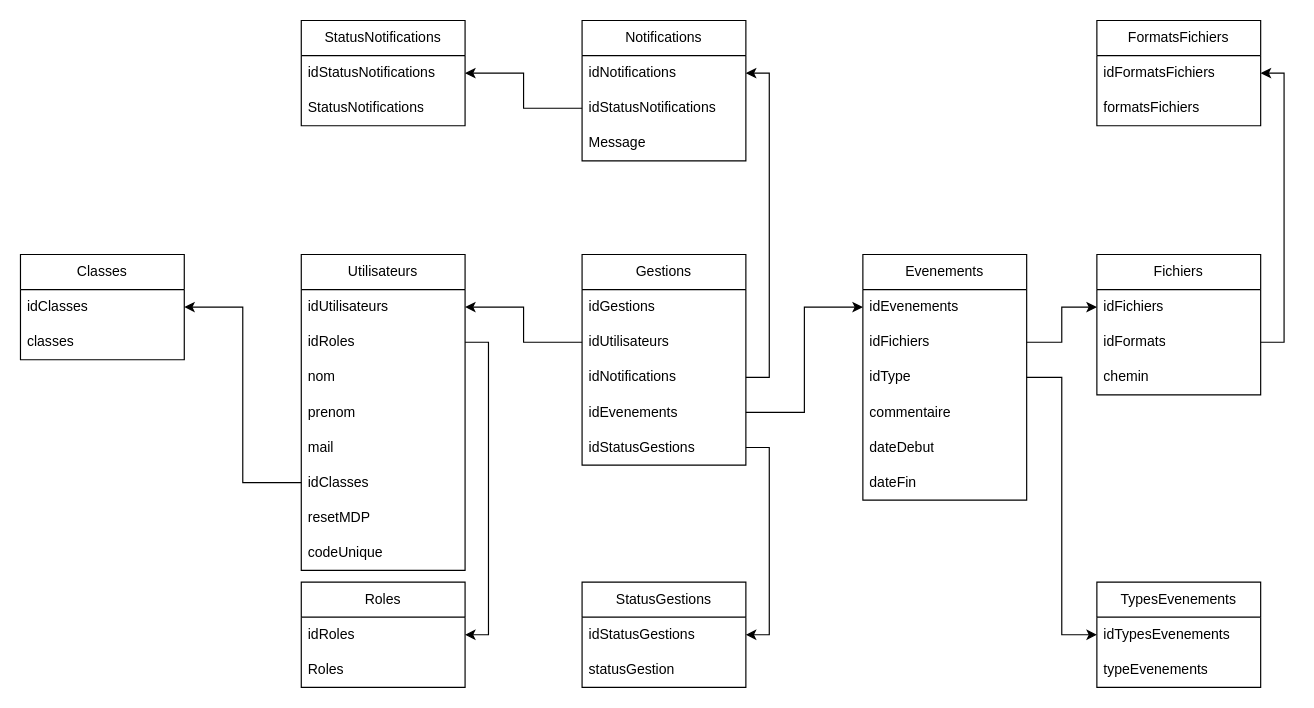
Earlier version of the draw.io diagram gestionAbsence.drawio (destrujojo/Outils_Gestion_Absences). Source tidied: cells renumbered, new cells numbered last; positions are measured from the earlier drawing's top-left corner, leaving out a move shared by most shapes. Both pictures are drawn from the tidied source at 117%, with x=0, y=0 at pixel (20, 20).
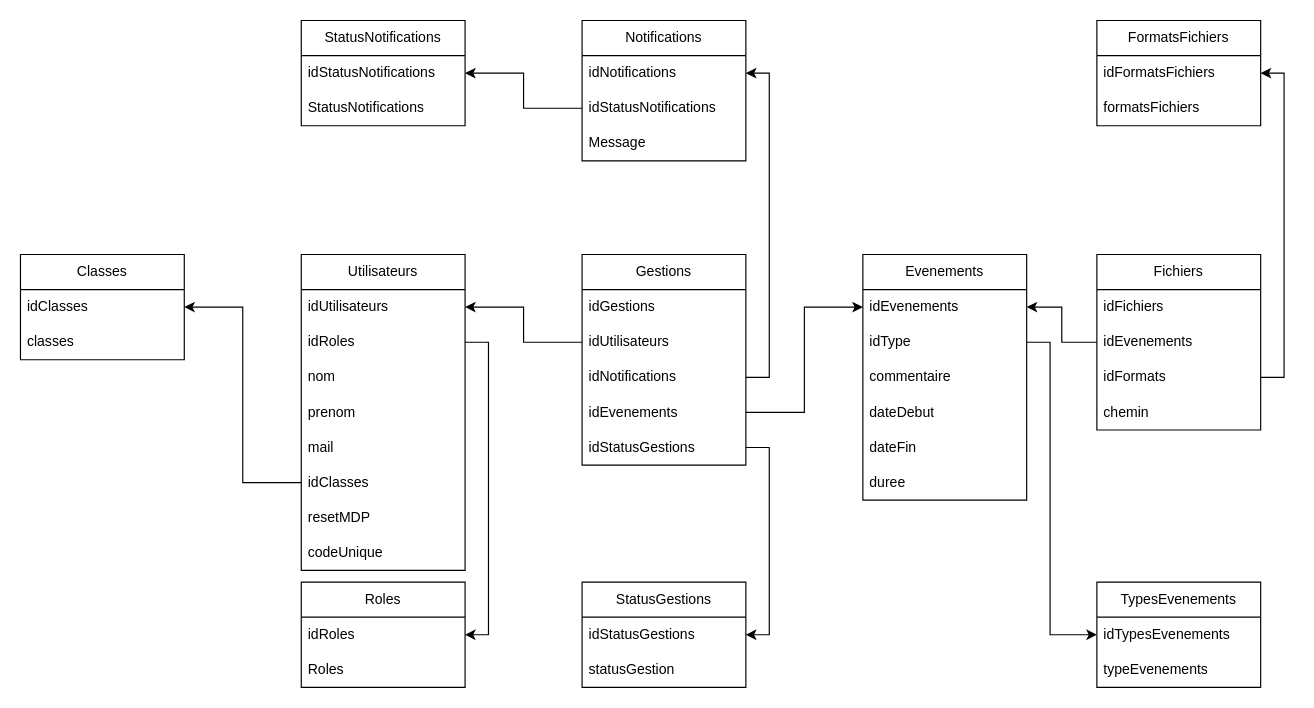
After the change.

Unchanged cells that the change refers to:
```xml
<mxCell id="5" value="Evenements" style="swimlane;fontStyle=0;horizontal=1;startSize=30;whiteSpace=wrap;html=1;" parent="1" vertex="1">
  <mxGeometry x="720" y="200" width="140" height="210" as="geometry" />
</mxCell>
<mxCell id="6" value="idEvenements" style="text;strokeColor=none;fillColor=none;align=left;verticalAlign=middle;spacingLeft=4;spacingRight=4;overflow=hidden;points=[[0,0.5],[1,0.5]];portConstraint=eastwest;whiteSpace=wrap;html=1;" parent="5" vertex="1">
  <mxGeometry y="30" width="140" height="30" as="geometry" />
</mxCell>
<mxCell id="13" value="idFormatsFichiers" style="text;strokeColor=none;fillColor=none;align=left;verticalAlign=middle;spacingLeft=4;spacingRight=4;overflow=hidden;points=[[0,0.5],[1,0.5]];portConstraint=eastwest;whiteSpace=wrap;html=1;" parent="12" vertex="1">
  <mxGeometry y="30" width="140" height="30" as="geometry" />
</mxCell>
<mxCell id="16" value="idFichiers" style="text;strokeColor=none;fillColor=none;align=left;verticalAlign=middle;spacingLeft=4;spacingRight=4;overflow=hidden;points=[[0,0.5],[1,0.5]];portConstraint=eastwest;whiteSpace=wrap;html=1;" parent="15" vertex="1">
  <mxGeometry y="30" width="140" height="30" as="geometry" />
</mxCell>
<mxCell id="20" value="idTypesEvenements" style="text;strokeColor=none;fillColor=none;align=left;verticalAlign=middle;spacingLeft=4;spacingRight=4;overflow=hidden;points=[[0,0.5],[1,0.5]];portConstraint=eastwest;whiteSpace=wrap;html=1;" parent="19" vertex="1">
  <mxGeometry y="30" width="140" height="30" as="geometry" />
</mxCell>
```

The edit, as a diff of the source:
```diff
@@
-    <mxCell id="7" value="idFichiers" style="text;strokeColor=none;fillColor=none;align=left;verticalAlign=middle;spacingLeft=4;spacingRight=4;overflow=hidden;points=[[0,0.5],[1,0.5]];portConstraint=eastwest;whiteSpace=wrap;html=1;" parent="5" vertex="1">
-      <mxGeometry y="60" width="140" height="30" as="geometry" />
-    </mxCell>
     <mxCell id="8" value="idType" style="text;strokeColor=none;fillColor=none;align=left;verticalAlign=middle;spacingLeft=4;spacingRight=4;overflow=hidden;points=[[0,0.5],[1,0.5]];portConstraint=eastwest;whiteSpace=wrap;html=1;" parent="5" vertex="1">
-      <mxGeometry y="90" width="140" height="30" as="geometry" />
+      <mxGeometry y="60" width="140" height="30" as="geometry" />
     </mxCell>
     <mxCell id="9" value="commentaire" style="text;strokeColor=none;fillColor=none;align=left;verticalAlign=middle;spacingLeft=4;spacingRight=4;overflow=hidden;whiteSpace=wrap;html=1;" parent="5" vertex="1">
-      <mxGeometry y="120" width="140" height="30" as="geometry" />
+      <mxGeometry y="90" width="140" height="30" as="geometry" />
     </mxCell>
     <mxCell id="10" value="dateDebut" style="text;strokeColor=none;fillColor=none;align=left;verticalAlign=middle;spacingLeft=4;spacingRight=4;overflow=hidden;whiteSpace=wrap;html=1;" parent="5" vertex="1">
-      <mxGeometry y="150" width="140" height="30" as="geometry" />
+      <mxGeometry y="120" width="140" height="30" as="geometry" />
     </mxCell>
     <mxCell id="11" value="dateFin" style="text;strokeColor=none;fillColor=none;align=left;verticalAlign=middle;spacingLeft=4;spacingRight=4;overflow=hidden;whiteSpace=wrap;html=1;" parent="5" vertex="1">
-      <mxGeometry y="180" width="140" height="30" as="geometry" />
+      <mxGeometry y="150" width="140" height="30" as="geometry" />
     </mxCell>
+    <mxCell id="60" value="duree" style="text;strokeColor=none;fillColor=none;align=left;verticalAlign=middle;spacingLeft=4;spacingRight=4;overflow=hidden;whiteSpace=wrap;html=1;" parent="5" vertex="1">
+      <mxGeometry y="180" width="140" height="30" as="geometry" />
+    </mxCell>
@@
     <mxCell id="15" value="Fichiers" style="swimlane;fontStyle=0;horizontal=1;startSize=30;whiteSpace=wrap;html=1;" parent="1" vertex="1">
-      <mxGeometry x="920" y="200" width="140" height="120" as="geometry" />
+      <mxGeometry x="920" y="200" width="140" height="150" as="geometry" />
     </mxCell>
@@
-    <mxCell id="17" value="idFormats" style="text;strokeColor=none;fillColor=none;align=left;verticalAlign=middle;spacingLeft=4;spacingRight=4;overflow=hidden;points=[[0,0.5],[1,0.5]];portConstraint=eastwest;whiteSpace=wrap;html=1;" parent="15" vertex="1">
+    <mxCell id="17" value="idEvenements" style="text;strokeColor=none;fillColor=none;align=left;verticalAlign=middle;spacingLeft=4;spacingRight=4;overflow=hidden;points=[[0,0.5],[1,0.5]];portConstraint=eastwest;whiteSpace=wrap;html=1;" parent="15" vertex="1">
       <mxGeometry y="60" width="140" height="30" as="geometry" />
     </mxCell>
+    <mxCell id="61" value="idFormats" style="text;strokeColor=none;fillColor=none;align=left;verticalAlign=middle;spacingLeft=4;spacingRight=4;overflow=hidden;points=[[0,0.5],[1,0.5]];portConstraint=eastwest;whiteSpace=wrap;html=1;" parent="15" vertex="1">
+      <mxGeometry y="90" width="140" height="30" as="geometry" />
+    </mxCell>
     <mxCell id="18" value="chemin" style="text;strokeColor=none;fillColor=none;align=left;verticalAlign=middle;spacingLeft=4;spacingRight=4;overflow=hidden;whiteSpace=wrap;html=1;" parent="15" vertex="1">
-      <mxGeometry y="90" width="140" height="30" as="geometry" />
+      <mxGeometry y="120" width="140" height="30" as="geometry" />
     </mxCell>
@@
-    <mxCell id="51" style="edgeStyle=orthogonalEdgeStyle;rounded=0;jettySize=auto;html=1;exitX=1;exitY=0.5;exitDx=0;exitDy=0;entryX=0;entryY=0.5;entryDx=0;entryDy=0;" parent="1" edge="1" source="7" target="16">
-      <mxGeometry relative="1" as="geometry" />
-    </mxCell>
     <mxCell id="52" style="edgeStyle=orthogonalEdgeStyle;rounded=0;jettySize=auto;html=1;exitX=1;exitY=0.5;exitDx=0;exitDy=0;entryX=0;entryY=0.5;entryDx=0;entryDy=0;" parent="1" edge="1" source="8" target="20">
-      <mxGeometry relative="1" as="geometry" />
+      <mxGeometry relative="1" as="geometry">
+        <Array as="points">
+          <mxPoint x="880" y="275" />
+          <mxPoint x="880" y="525" />
+        </Array>
+      </mxGeometry>
     </mxCell>
-    <mxCell id="53" style="edgeStyle=orthogonalEdgeStyle;rounded=0;jettySize=auto;html=1;exitX=1;exitY=0.5;exitDx=0;exitDy=0;entryX=1;entryY=0.5;entryDx=0;entryDy=0;" parent="1" edge="1" source="17" target="13">
+    <mxCell id="53" style="edgeStyle=orthogonalEdgeStyle;rounded=0;jettySize=auto;html=1;exitX=1;exitY=0.5;exitDx=0;exitDy=0;entryX=1;entryY=0.5;entryDx=0;entryDy=0;" parent="1" edge="1" source="61" target="13">
       <mxGeometry relative="1" as="geometry" />
     </mxCell>
@@
+    <mxCell id="62" style="edgeStyle=orthogonalEdgeStyle;rounded=0;jettySize=auto;html=1;exitX=0;exitY=0.5;exitDx=0;exitDy=0;entryX=1;entryY=0.5;entryDx=0;entryDy=0;" parent="1" edge="1" source="17" target="6">
+      <mxGeometry relative="1" as="geometry" />
+    </mxCell>
```
